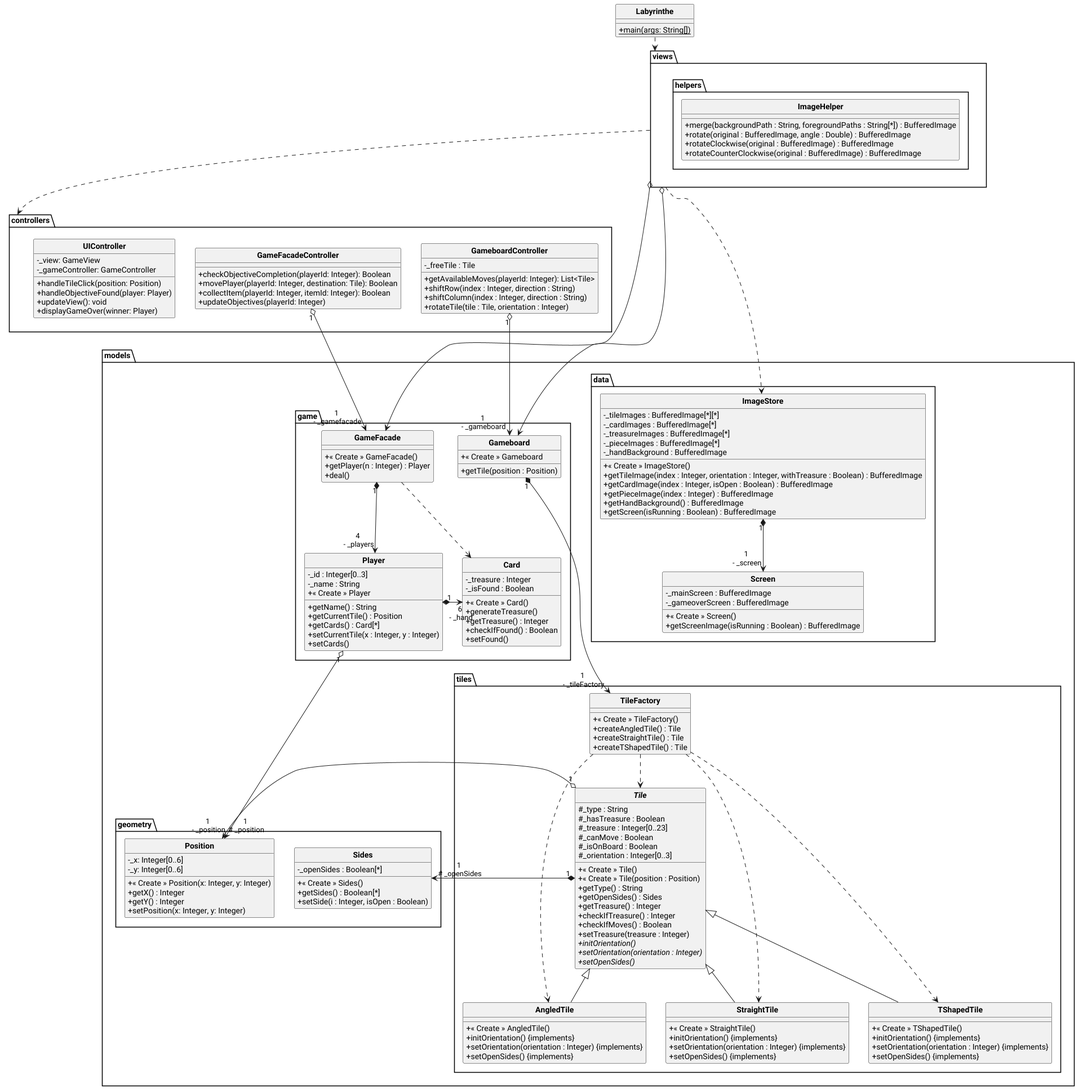
This is uml/Labyrinthe.png from ElenaFri/labyrinthe, a PlantUML export, as it was before one commit.
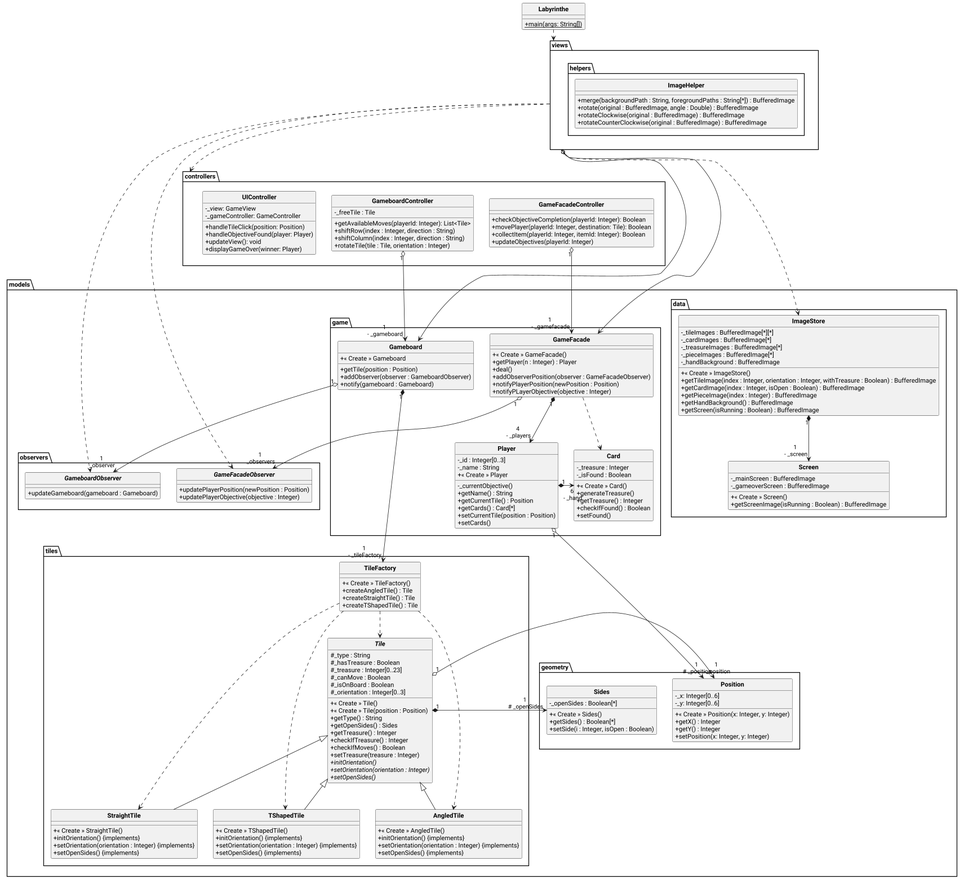
After the commit.

Commit message:
màj UML (Observers)

Change to the diagram source:
```diff
@@ -20,6 +20,8 @@
 			+ rotateCounterClockwise(original : BufferedImage) : BufferedImage
 		}
 	}
+
+
 }
 
 package controllers
@@ -52,6 +54,17 @@
 
 package models
 {
+    package observers {
+        interface GameFacadeObserver {
+            + updatePlayerPosition(newPosition : Position)
+            + updatePlayerObjective(objective : Integer)
+        }
+
+        interface GameboardObserver {
+            + updateGameboard(gameboard : Gameboard)
+        }
+    }
+
 	package tiles {
 		class TileFactory {
 			+ « Create » TileFactory()
@@ -119,15 +132,21 @@
 
 	package game {
 
+
 		class GameFacade {
             + « Create » GameFacade()
             + getPlayer(n : Integer) : Player
             + deal()
+            + addObserverPosition(observer : GameFacadeObserver)
+		    + notifyPlayerPosition(newPosition : Position)
+		    + notifyPLayerObjective(objective : Integer)
 		}
 
 		class Gameboard {
             + « Create » Gameboard
             + getTile(position : Position)
+            + addObserver(observer : GameboardObserver)
+            + notify(gameboard : Gameboard)
 		}
 
 		class Card {
@@ -143,11 +162,12 @@
 		class Player {
 			- _id : Integer[0..3]
 			- _name : String
+			- _currentObjective()
 			+ « Create » Player
 			+ getName() : String
 			+ getCurrentTile() : Position
 			+ getCards() : Card[*]
-			+ setCurrentTile(x : Integer, y : Integer)
+			+ setCurrentTile(position : Position)
 			+ setCards()
 		}
     }
@@ -180,6 +200,8 @@
 views ....> ImageStore
 views o--> GameFacade
 views o--> Gameboard
+views ..> GameboardObserver
+views ..> GameFacadeObserver
 views .> controllers
 GameFacadeController "1" o--> "1\n - _gamefacade" GameFacade
 GameboardController "1" o--> "1\n - _gameboard" Gameboard
@@ -195,4 +217,6 @@
 TileFactory ..> StraightTile
 TileFactory ..> TShapedTile
 TileFactory ..> Tile
+GameFacade "1" o--> "1\n _observers" GameFacadeObserver
+Gameboard "1" o--> "1\n _observer" GameboardObserver
 @enduml
```
